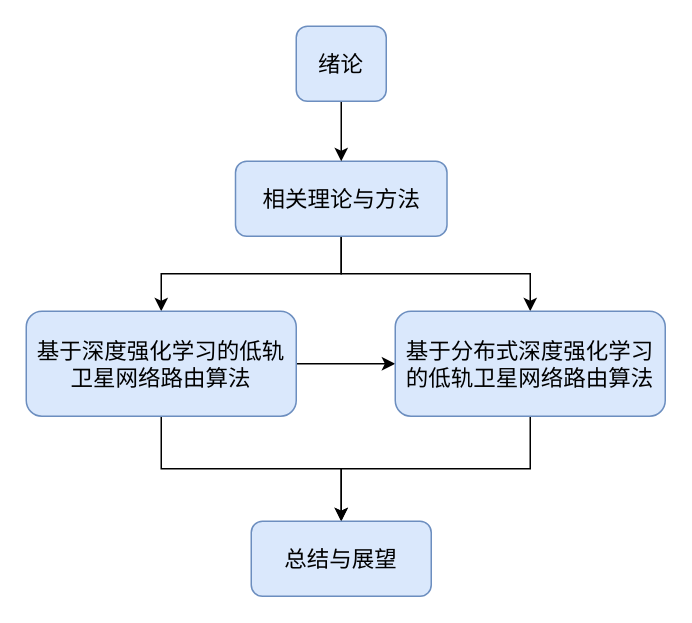
Above: page "论文结构" (6 of 16) of drawio.drawio in peachhhhh/satellite (draw.io), before the change. Source tidied: cells renumbered, new cells numbered last; positions are measured from the earlier drawing's top-left corner, leaving out a move shared by most shapes. Both pictures are drawn from the tidied source at 150%, with x=0, y=0 at pixel (26, 26).
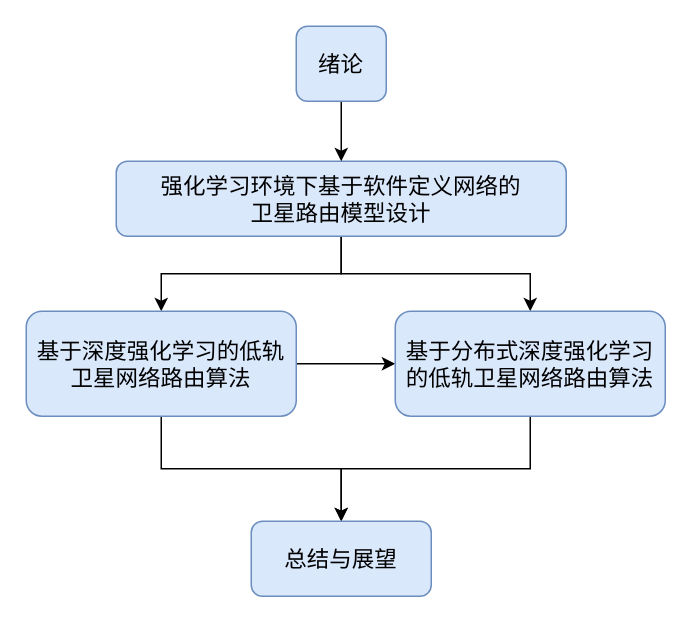
After the change.

The edit, as a diff of the source:
```diff
@@
 <mxGraphModel>
   <root>
     <mxCell id="0" />
     <mxCell id="1" parent="0" />
     <mxCell id="2" style="edgeStyle=orthogonalEdgeStyle;rounded=0;jettySize=auto;html=1;exitX=0.5;exitY=1;exitDx=0;exitDy=0;entryX=0.5;entryY=0;entryDx=0;entryDy=0;fontSize=15;" parent="1" edge="1" source="4" target="7">
       <mxGeometry relative="1" as="geometry" />
     </mxCell>
     <mxCell id="3" style="edgeStyle=orthogonalEdgeStyle;rounded=0;jettySize=auto;html=1;exitX=0.5;exitY=1;exitDx=0;exitDy=0;entryX=0.5;entryY=0;entryDx=0;entryDy=0;fontSize=15;" parent="1" edge="1" source="4" target="11">
       <mxGeometry relative="1" as="geometry" />
     </mxCell>
-    <mxCell id="4" value="相关理论与方法" style="rounded=1;whiteSpace=wrap;html=1;fontSize=15;fillColor=#dae8fc;strokeColor=#6c8ebf;" parent="1" vertex="1">
-      <mxGeometry x="139.5" y="90" width="141" height="50" as="geometry" />
+    <mxCell id="4" value="强化学习环境下基于软件定义网络的&lt;br&gt;卫星路由模型设计" style="rounded=1;whiteSpace=wrap;html=1;fontSize=15;fillColor=#dae8fc;strokeColor=#6c8ebf;" parent="1" vertex="1">
+      <mxGeometry x="60" y="90" width="300" height="50" as="geometry" />
     </mxCell>
     <mxCell id="5" style="edgeStyle=orthogonalEdgeStyle;rounded=0;jettySize=auto;html=1;exitX=1;exitY=0.5;exitDx=0;exitDy=0;entryX=0;entryY=0.5;entryDx=0;entryDy=0;fontSize=15;" parent="1" edge="1" source="7" target="11">
       <mxGeometry relative="1" as="geometry" />
     </mxCell>
     <mxCell id="6" style="edgeStyle=orthogonalEdgeStyle;rounded=0;jettySize=auto;html=1;exitX=0.5;exitY=1;exitDx=0;exitDy=0;fontSize=15;" parent="1" edge="1" source="7" target="12">
       <mxGeometry relative="1" as="geometry" />
     </mxCell>
     <mxCell id="7" value="基于深度强化学习的低轨卫星网络路由算法" style="rounded=1;whiteSpace=wrap;html=1;fontSize=15;fillColor=#dae8fc;strokeColor=#6c8ebf;" parent="1" vertex="1">
       <mxGeometry y="190" width="180" height="70" as="geometry" />
     </mxCell>
     <mxCell id="8" style="edgeStyle=orthogonalEdgeStyle;rounded=0;jettySize=auto;html=1;exitX=0.5;exitY=1;exitDx=0;exitDy=0;entryX=0.5;entryY=0;entryDx=0;entryDy=0;fontSize=15;" parent="1" edge="1" source="9" target="4">
       <mxGeometry relative="1" as="geometry" />
     </mxCell>
     <mxCell id="9" value="绪论" style="rounded=1;whiteSpace=wrap;html=1;fontSize=15;fillColor=#dae8fc;strokeColor=#6c8ebf;" parent="1" vertex="1">
       <mxGeometry x="180" width="60" height="50" as="geometry" />
     </mxCell>
     <mxCell id="10" style="edgeStyle=orthogonalEdgeStyle;rounded=0;jettySize=auto;html=1;exitX=0.5;exitY=1;exitDx=0;exitDy=0;fontSize=15;entryX=0.5;entryY=0;entryDx=0;entryDy=0;" parent="1" edge="1" source="11" target="12">
       <mxGeometry relative="1" as="geometry" />
     </mxCell>
     <mxCell id="11" value="&lt;span style=&quot;font-size: 15px&quot;&gt;基于分布式深度强化学习的低轨卫星网络路由算法&lt;/span&gt;" style="rounded=1;whiteSpace=wrap;html=1;fillColor=#dae8fc;strokeColor=#6c8ebf;" parent="1" vertex="1">
       <mxGeometry x="246" y="190" width="180" height="70" as="geometry" />
     </mxCell>
     <mxCell id="12" value="总结与展望" style="rounded=1;whiteSpace=wrap;html=1;fontSize=15;fillColor=#dae8fc;strokeColor=#6c8ebf;" parent="1" vertex="1">
       <mxGeometry x="150" y="330" width="120" height="50" as="geometry" />
     </mxCell>
   </root>
 </mxGraphModel>
```
